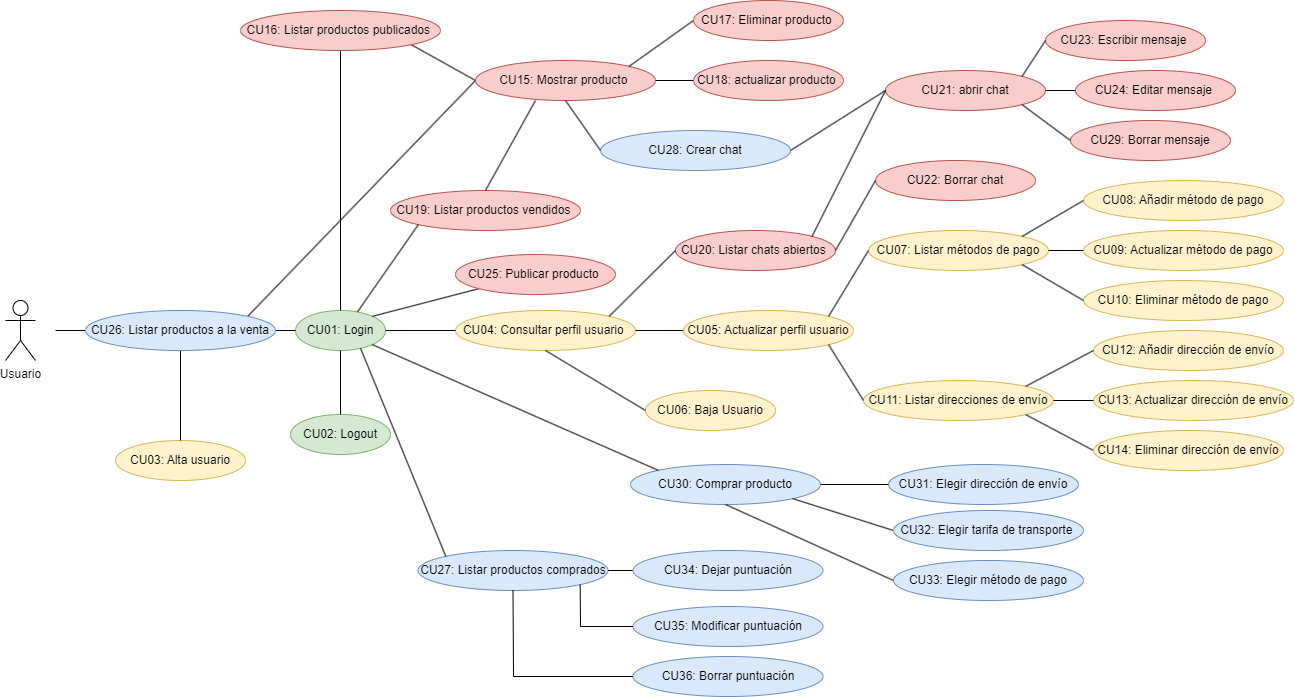
Above: Casos de uso.drawio.png in AruberutoEXE/Cexupo (draw.io), before the change. Source tidied: cells renumbered, new cells last; positions are measured from the earlier drawing's top-left corner, leaving out a move shared by most shapes.
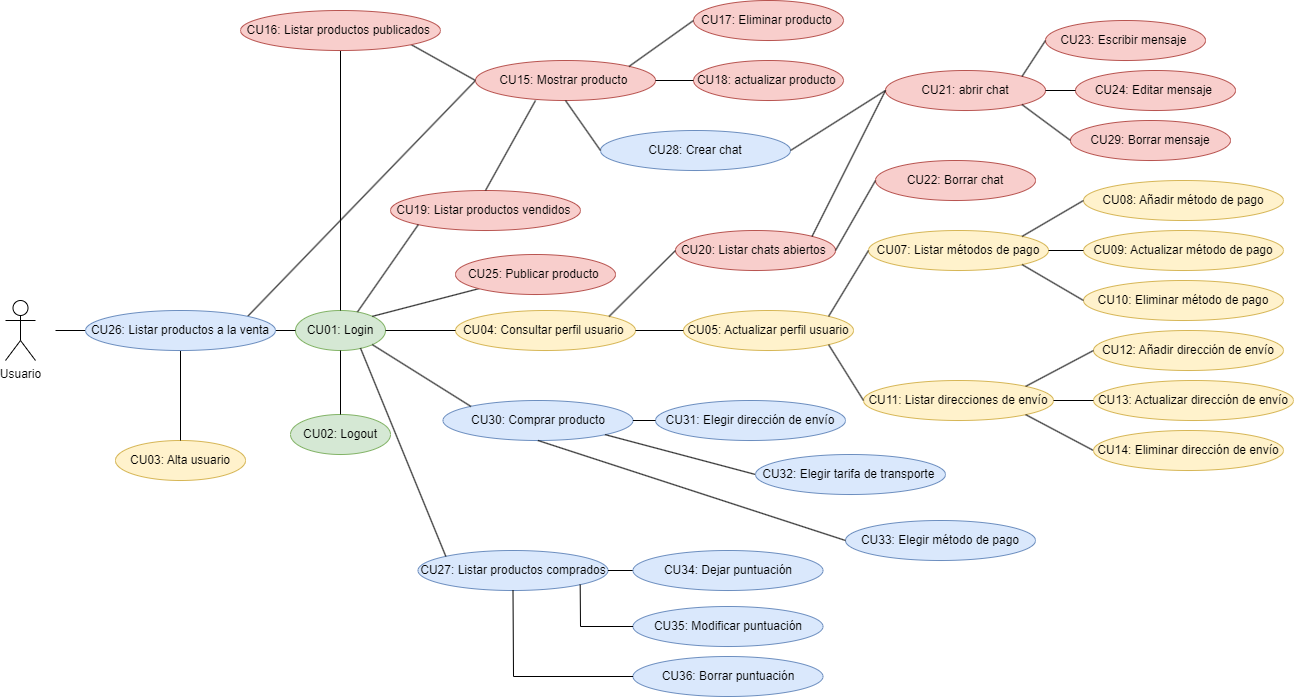
Later version of the same file.

Diff of the diagram source:
```diff
@@ -20,9 +20,6 @@
     <mxCell id="7" style="endArrow=none;html=1;rounded=0;entryX=0.5;entryY=0;entryDx=0;entryDy=0;exitX=0.5;exitY=1;exitDx=0;exitDy=0;" parent="1" edge="1" source="51" target="5">
       <mxGeometry relative="1" as="geometry" />
     </mxCell>
-    <mxCell id="8" value="CU06: Baja Usuario" style="ellipse;whiteSpace=wrap;html=1;fillColor=#fff2cc;strokeColor=#d6b656;" parent="1" vertex="1">
-      <mxGeometry x="640" y="390" width="130" height="40" as="geometry" />
-    </mxCell>
     <mxCell id="9" value="CU05: Actualizar perfil usuario" style="ellipse;whiteSpace=wrap;html=1;fillColor=#fff2cc;strokeColor=#d6b656;" parent="1" vertex="1">
       <mxGeometry x="678" y="310" width="170" height="40" as="geometry" />
     </mxCell>
@@ -38,9 +35,6 @@
     <mxCell id="13" style="endArrow=none;html=1;rounded=0;exitX=1;exitY=0.5;exitDx=0;exitDy=0;entryX=0;entryY=0.5;entryDx=0;entryDy=0;" parent="1" edge="1" source="10" target="9">
       <mxGeometry relative="1" as="geometry" />
     </mxCell>
-    <mxCell id="14" style="endArrow=none;html=1;rounded=0;exitX=0;exitY=0.5;exitDx=0;exitDy=0;entryX=0.5;entryY=1;entryDx=0;entryDy=0;" parent="1" edge="1" source="8" target="10">
-      <mxGeometry relative="1" as="geometry" />
-    </mxCell>
     <mxCell id="15" value="CU08: Añadir método de pago" style="ellipse;whiteSpace=wrap;html=1;fillColor=#fff2cc;strokeColor=#d6b656;" parent="1" vertex="1">
       <mxGeometry x="1078" y="180" width="200" height="40" as="geometry" />
     </mxCell>
@@ -170,25 +164,25 @@
       <mxGeometry relative="1" as="geometry" />
     </mxCell>
     <mxCell id="57" value="CU30: Comprar producto" style="ellipse;whiteSpace=wrap;html=1;fillColor=#dae8fc;strokeColor=#6c8ebf;" parent="1" vertex="1">
-      <mxGeometry x="625" y="464" width="190" height="40" as="geometry" />
+      <mxGeometry x="437.5" y="400" width="190" height="40" as="geometry" />
     </mxCell>
     <mxCell id="58" style="endArrow=none;html=1;rounded=0;entryX=0;entryY=0;entryDx=0;entryDy=0;exitX=1;exitY=1;exitDx=0;exitDy=0;" parent="1" edge="1" source="3" target="57">
       <mxGeometry relative="1" as="geometry" />
     </mxCell>
     <mxCell id="59" value="CU31: Elegir dirección de envío" style="ellipse;whiteSpace=wrap;html=1;fillColor=#dae8fc;strokeColor=#6c8ebf;" parent="1" vertex="1">
-      <mxGeometry x="883" y="464" width="190" height="40" as="geometry" />
+      <mxGeometry x="650" y="400" width="190" height="40" as="geometry" />
     </mxCell>
     <mxCell id="60" style="endArrow=none;html=1;rounded=0;exitX=1;exitY=0.5;exitDx=0;exitDy=0;entryX=0;entryY=0.5;entryDx=0;entryDy=0;" parent="1" edge="1" source="57" target="59">
       <mxGeometry relative="1" as="geometry" />
     </mxCell>
     <mxCell id="61" value="CU33: Elegir método de pago" style="ellipse;whiteSpace=wrap;html=1;fillColor=#dae8fc;strokeColor=#6c8ebf;" parent="1" vertex="1">
-      <mxGeometry x="888" y="560" width="190" height="40" as="geometry" />
+      <mxGeometry x="840" y="520" width="190" height="40" as="geometry" />
     </mxCell>
     <mxCell id="62" style="endArrow=none;html=1;rounded=0;exitX=1;exitY=1;exitDx=0;exitDy=0;entryX=0;entryY=0.5;entryDx=0;entryDy=0;" parent="1" edge="1" source="57" target="63">
       <mxGeometry relative="1" as="geometry" />
     </mxCell>
     <mxCell id="63" value="CU32: Elegir tarifa de transporte&amp;nbsp;" style="ellipse;whiteSpace=wrap;html=1;fillColor=#dae8fc;strokeColor=#6c8ebf;" parent="1" vertex="1">
-      <mxGeometry x="888" y="510" width="190" height="40" as="geometry" />
+      <mxGeometry x="750" y="454" width="190" height="40" as="geometry" />
     </mxCell>
     <mxCell id="64" style="endArrow=none;html=1;rounded=0;exitX=0.5;exitY=1;exitDx=0;exitDy=0;entryX=0;entryY=0.5;entryDx=0;entryDy=0;" parent="1" edge="1" source="57" target="61">
       <mxGeometry relative="1" as="geometry" />
```
